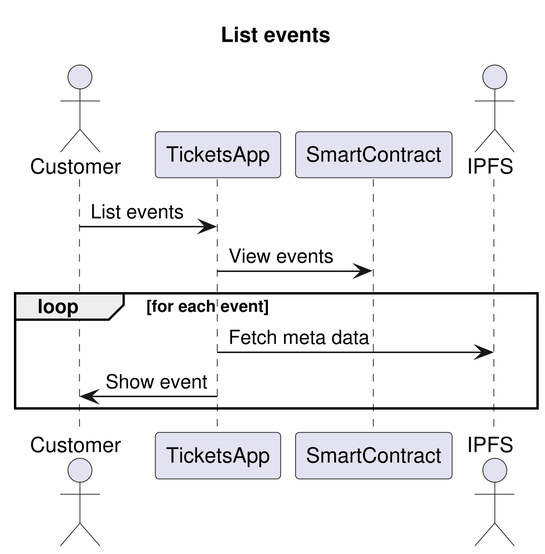
This is img/list-events.png from ai-shift/cyber-valley-tickets, a PlantUML export, as it was before one commit. Its diagram source:
```plantuml
@startuml
skinparam Dpi 300
title List events

actor Customer
participant TicketsApp
participant SmartContract
actor IPFS

Customer -> TicketsApp: List events
TicketsApp -> SmartContract: View events
loop for each event
  TicketsApp -> IPFS: Fetch meta data
  TicketsApp -> Customer: Show event
end
@enduml
```
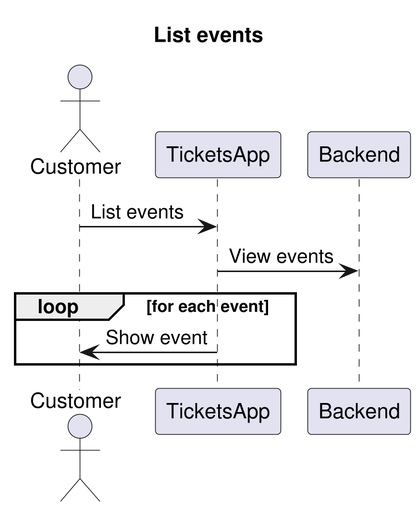
Above is the later version.

The edit, as a diff of the source:
```diff
@@ -4,13 +4,11 @@
 
 actor Customer
 participant TicketsApp
-participant SmartContract
-actor IPFS
+participant Backend
 
 Customer -> TicketsApp: List events
-TicketsApp -> SmartContract: View events
+TicketsApp -> Backend: View events
 loop for each event
-  TicketsApp -> IPFS: Fetch meta data
   TicketsApp -> Customer: Show event
 end
 @enduml
```
